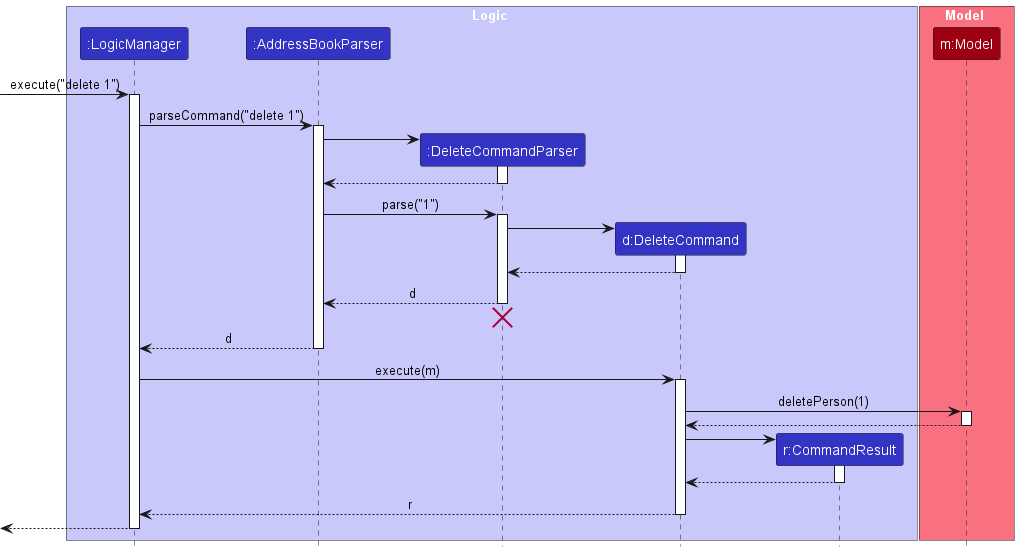
Before: docs/images/DeleteSequenceDiagram.png, a diagram exported from PlantUML (nus-cs2103-AY2425S1/tp).
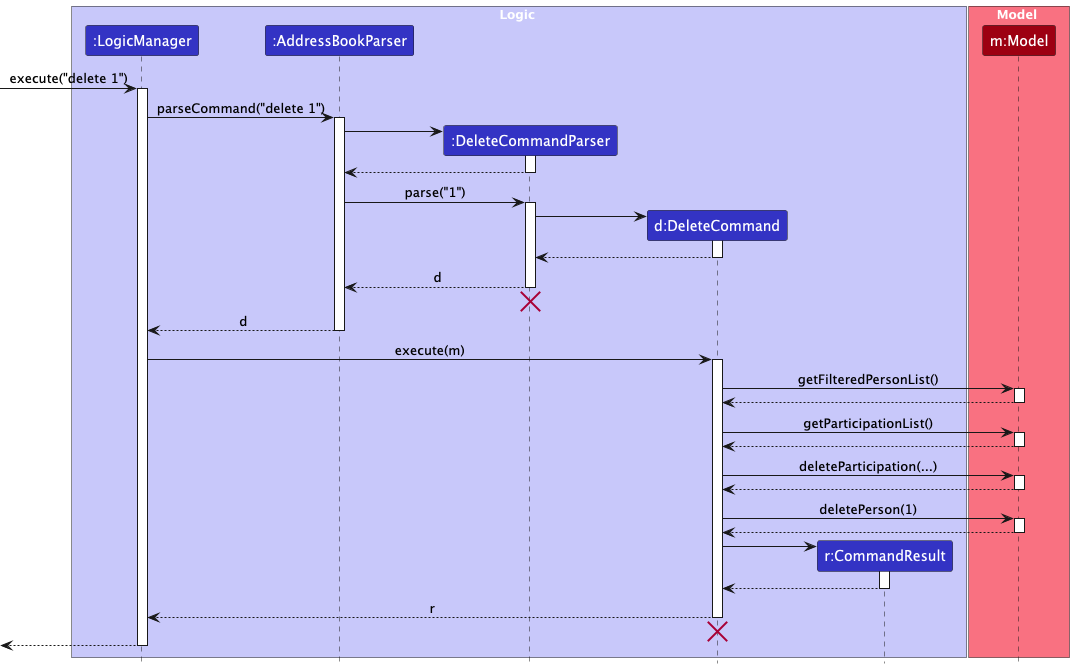
Above is the later version.

Diff of the diagram source:
```diff
@@ -48,6 +48,24 @@
 LogicManager -> DeleteCommand : execute(m)
 activate DeleteCommand
 
+DeleteCommand -> Model : getFilteredPersonList()
+activate Model
+
+Model --> DeleteCommand
+deactivate Model
+
+DeleteCommand -> Model : getParticipationList()
+activate Model
+
+Model --> DeleteCommand
+deactivate Model
+
+DeleteCommand -> Model : deleteParticipation(...)
+activate Model
+
+Model --> DeleteCommand
+deactivate Model
+
 DeleteCommand -> Model : deletePerson(1)
 activate Model
 
@@ -64,6 +82,9 @@
 DeleteCommand --> LogicManager : r
 deactivate DeleteCommand
 
+DeleteCommand -[hidden]-> AddressBookParser
+destroy DeleteCommand
+
 [<--LogicManager
 deactivate LogicManager
 @enduml
```
